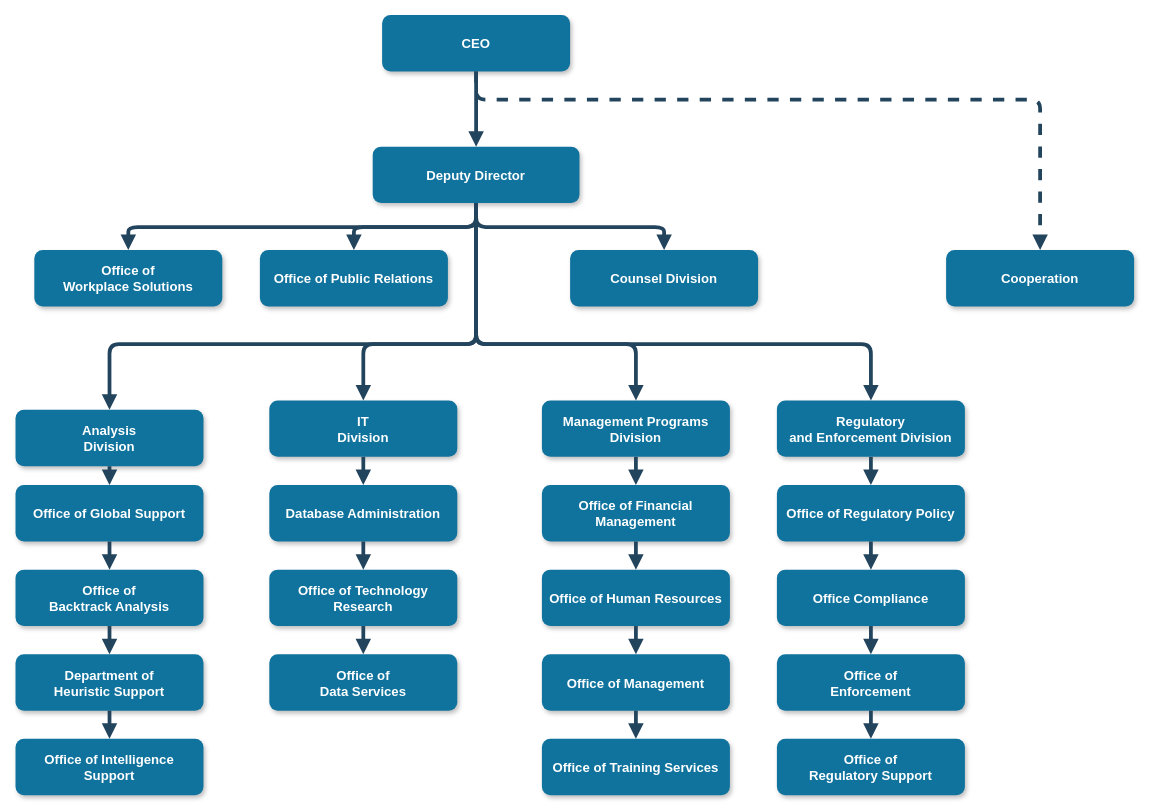
The draw.io diagram DBWebDev/tetleaf.drawio in roqhdehd502/WebDev, before the edit. Source tidied: cells renumbered, new cells numbered last; positions are measured from the earlier drawing's top-left corner, leaving out a move shared by most shapes. Both pictures are drawn from the tidied source at 94%, with x=0, y=0 at pixel (15, 15).
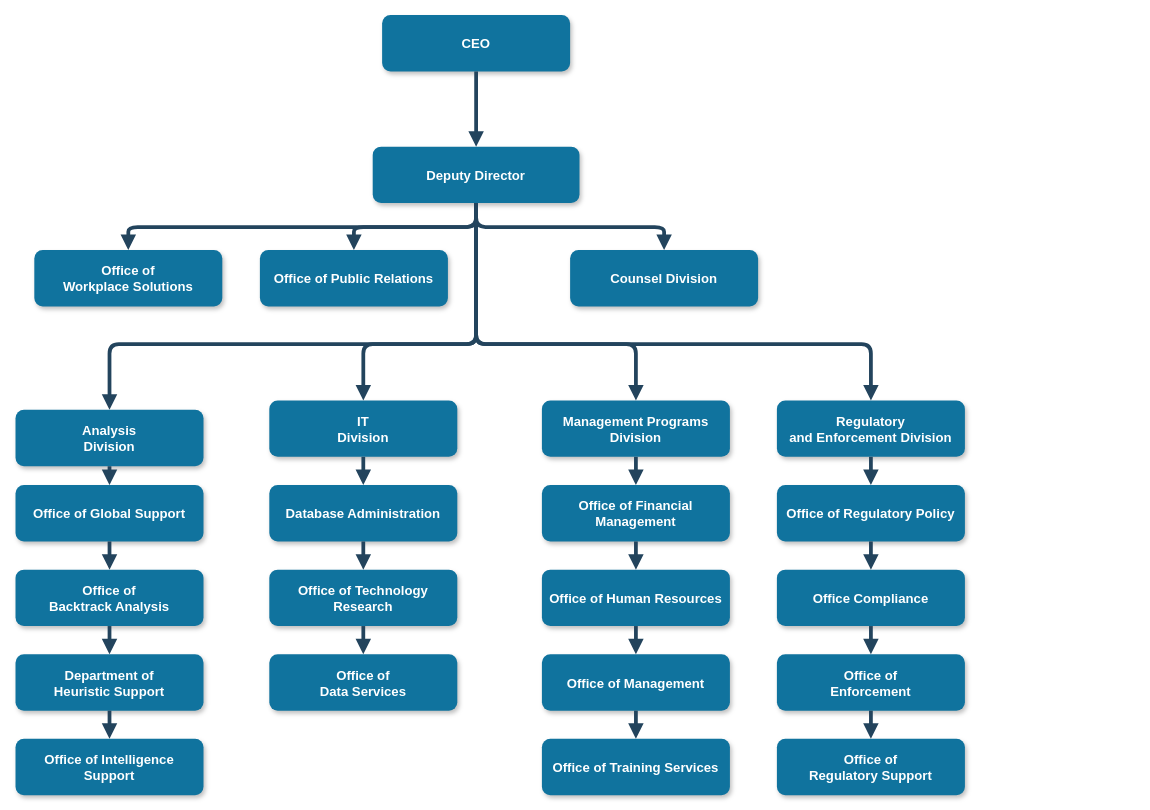
After the change.

Unchanged cells that the change refers to:
```xml
<mxCell id="2" value="CEO" style="rounded=1;fillColor=#10739E;strokeColor=none;shadow=1;gradientColor=none;fontStyle=1;fontColor=#FFFFFF;fontSize=14;" parent="1" vertex="1">
  <mxGeometry x="390" y="-0.5" width="200" height="60" as="geometry" />
</mxCell>
```

What changed in the source:
```diff
@@
-    <mxCell id="7" value="Cooperation" style="rounded=1;fillColor=#10739E;strokeColor=none;shadow=1;gradientColor=none;fontStyle=1;fontColor=#FFFFFF;fontSize=14;" parent="1" vertex="1">
-      <mxGeometry x="990" y="249.5" width="200" height="60" as="geometry" />
-    </mxCell>
@@
-    <mxCell id="31" style="edgeStyle=elbowEdgeStyle;elbow=vertical;strokeWidth=4;endArrow=block;endFill=1;fontStyle=1;dashed=1;strokeColor=#23445D;" parent="1" edge="1" source="2" target="7">
-      <mxGeometry x="22" y="165.5" as="geometry">
-        <Array as="points">
-          <mxPoint x="780" y="89.5" />
-        </Array>
-      </mxGeometry>
-    </mxCell>
```
